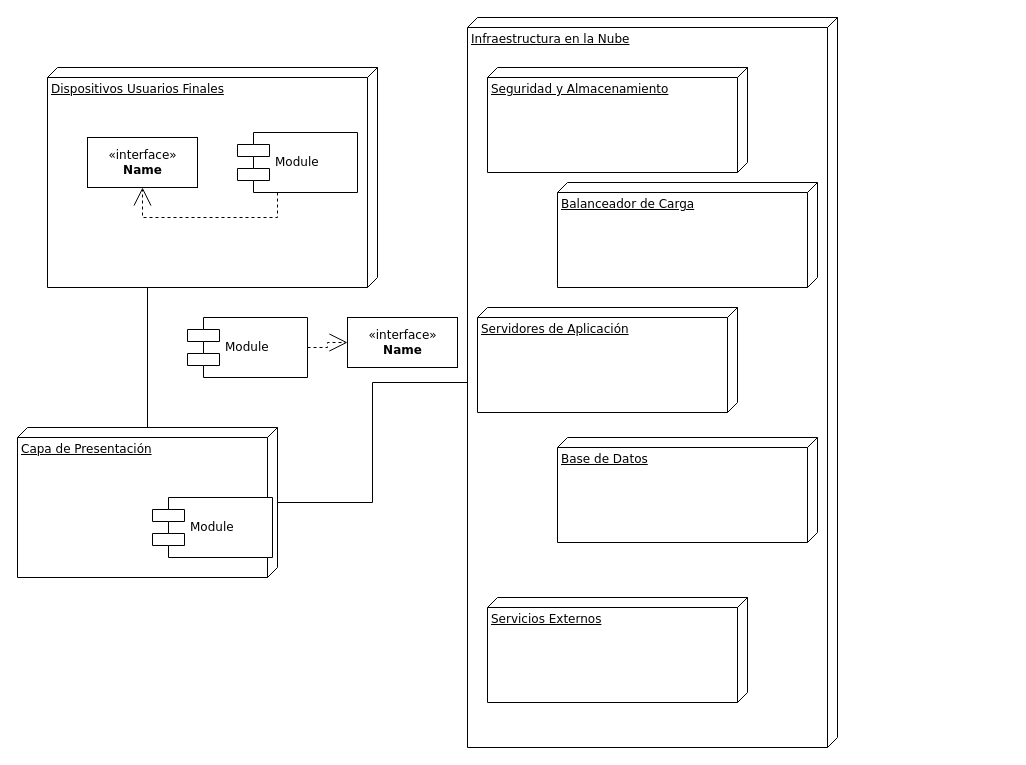
This is page "Page-1" (1 of 2) of DiagramaDeDespliegue.drawio from Nicolle2802/Analisis, a draw.io file, before an edit. Source tidied: cells renumbered, new cells numbered last; positions are measured from the earlier drawing's top-left corner, leaving out a move shared by most shapes. Both pictures are drawn from the tidied source at 100%, with x=0, y=0 at pixel (17, 17).
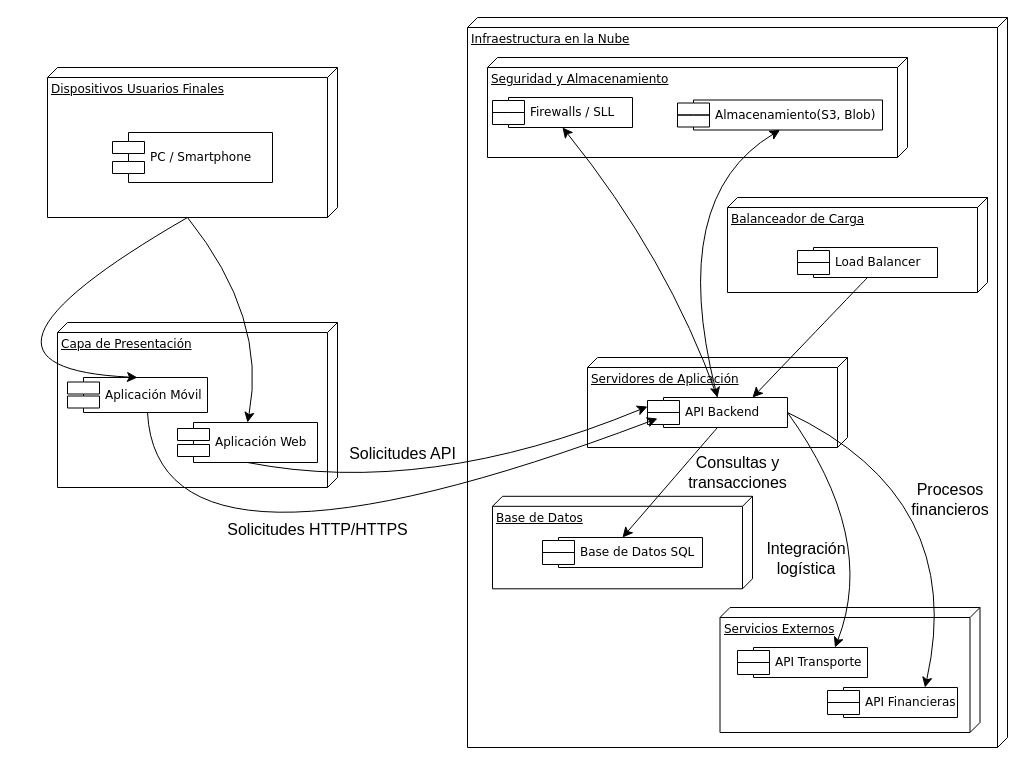
After the change.

Diff of the diagram source:
```diff
@@
     <mxCell id="2" value="Dispositivos Usuarios Finales" style="verticalAlign=top;align=left;spacingTop=8;spacingLeft=2;spacingRight=12;shape=cube;size=10;direction=south;fontStyle=4;html=1;rounded=0;shadow=0;comic=0;labelBackgroundColor=none;strokeWidth=1;fontFamily=Verdana;fontSize=12;" parent="1" vertex="1">
-      <mxGeometry x="30" y="50" width="330" height="220" as="geometry" />
+      <mxGeometry x="30" y="50" width="290" height="150" as="geometry" />
     </mxCell>
     <mxCell id="3" value="Infraestructura en la Nube" style="verticalAlign=top;align=left;spacingTop=8;spacingLeft=2;spacingRight=12;shape=cube;size=10;direction=south;fontStyle=4;html=1;rounded=0;shadow=0;comic=0;labelBackgroundColor=none;strokeWidth=1;fontFamily=Verdana;fontSize=12;" parent="1" vertex="1">
-      <mxGeometry x="450" width="370" height="730" as="geometry" />
+      <mxGeometry x="450" width="540" height="730" as="geometry" />
     </mxCell>
     <mxCell id="4" value="Capa de Presentación" style="verticalAlign=top;align=left;spacingTop=8;spacingLeft=2;spacingRight=12;shape=cube;size=10;direction=south;fontStyle=4;html=1;rounded=0;shadow=0;comic=0;labelBackgroundColor=none;strokeWidth=1;fontFamily=Verdana;fontSize=12;" parent="1" vertex="1">
-      <mxGeometry y="410" width="260" height="150" as="geometry" />
+      <mxGeometry x="40" y="305" width="280" height="165" as="geometry" />
     </mxCell>
-    <mxCell id="5" value="&amp;laquo;interface&amp;raquo;&lt;br&gt;&lt;b&gt;Name&lt;/b&gt;" style="html=1;rounded=0;shadow=0;comic=0;labelBackgroundColor=none;strokeWidth=1;fontFamily=Verdana;fontSize=12;align=center;" parent="1" vertex="1">
-      <mxGeometry x="70" y="120" width="110" height="50" as="geometry" />
-    </mxCell>
-    <mxCell id="6" value="Module" style="shape=component;align=left;spacingLeft=36;rounded=0;shadow=0;comic=0;labelBackgroundColor=none;strokeWidth=1;fontFamily=Verdana;fontSize=12;html=1;" parent="1" vertex="1">
-      <mxGeometry x="220" y="115" width="120" height="60" as="geometry" />
+    <mxCell id="6" value="PC / Smartphone" style="shape=component;align=left;spacingLeft=36;rounded=0;shadow=0;comic=0;labelBackgroundColor=none;strokeWidth=1;fontFamily=Verdana;fontSize=12;html=1;" parent="1" vertex="1">
+      <mxGeometry x="95" y="115" width="160" height="50" as="geometry" />
     </mxCell>
-    <mxCell id="7" value="Module" style="shape=component;align=left;spacingLeft=36;rounded=0;shadow=0;comic=0;labelBackgroundColor=none;strokeWidth=1;fontFamily=Verdana;fontSize=12;html=1;" parent="1" vertex="1">
-      <mxGeometry x="170" y="300" width="120" height="60" as="geometry" />
+    <mxCell id="7" value="Aplicación Web" style="shape=component;align=left;spacingLeft=36;rounded=0;shadow=0;comic=0;labelBackgroundColor=none;strokeWidth=1;fontFamily=Verdana;fontSize=12;html=1;" parent="1" vertex="1">
+      <mxGeometry x="160" y="405" width="140" height="40" as="geometry" />
     </mxCell>
-    <mxCell id="8" value="&amp;laquo;interface&amp;raquo;&lt;br&gt;&lt;b&gt;Name&lt;/b&gt;" style="html=1;rounded=0;shadow=0;comic=0;labelBackgroundColor=none;strokeWidth=1;fontFamily=Verdana;fontSize=12;align=center;" parent="1" vertex="1">
-      <mxGeometry x="330" y="300" width="110" height="50" as="geometry" />
-    </mxCell>
-    <mxCell id="9" value="Module" style="shape=component;align=left;spacingLeft=36;rounded=0;shadow=0;comic=0;labelBackgroundColor=none;strokeWidth=1;fontFamily=Verdana;fontSize=12;html=1;" parent="1" vertex="1">
-      <mxGeometry x="135" y="480" width="120" height="60" as="geometry" />
+    <mxCell id="9" value="Aplicación Móvil" style="shape=component;align=left;spacingLeft=36;rounded=0;shadow=0;comic=0;labelBackgroundColor=none;strokeWidth=1;fontFamily=Verdana;fontSize=12;html=1;" parent="1" vertex="1">
+      <mxGeometry x="50" y="360" width="140" height="35" as="geometry" />
     </mxCell>
-    <mxCell id="10" style="edgeStyle=orthogonalEdgeStyle;rounded=0;html=1;labelBackgroundColor=none;startArrow=none;startFill=0;startSize=8;endArrow=open;endFill=0;endSize=16;fontFamily=Verdana;fontSize=12;dashed=1;" parent="1" edge="1" source="6" target="5">
-      <mxGeometry relative="1" as="geometry">
-        <Array as="points">
-          <mxPoint x="260" y="200" />
-          <mxPoint x="125" y="200" />
-        </Array>
-      </mxGeometry>
-    </mxCell>
-    <mxCell id="11" style="edgeStyle=orthogonalEdgeStyle;rounded=0;html=1;dashed=1;labelBackgroundColor=none;startArrow=none;startFill=0;startSize=8;endArrow=open;endFill=0;endSize=16;fontFamily=Verdana;fontSize=12;" parent="1" edge="1" source="7" target="8">
-      <mxGeometry relative="1" as="geometry" />
-    </mxCell>
-    <mxCell id="12" style="edgeStyle=orthogonalEdgeStyle;rounded=0;html=1;labelBackgroundColor=none;startArrow=none;startFill=0;startSize=8;endArrow=none;endFill=0;endSize=16;fontFamily=Verdana;fontSize=12;" parent="1" edge="1" source="4" target="3">
-      <mxGeometry relative="1" as="geometry" />
-    </mxCell>
-    <mxCell id="13" style="edgeStyle=orthogonalEdgeStyle;rounded=0;html=1;labelBackgroundColor=none;startArrow=none;startFill=0;startSize=8;endArrow=none;endFill=0;endSize=16;fontFamily=Verdana;fontSize=12;" parent="1" edge="1" source="4" target="2">
-      <mxGeometry relative="1" as="geometry">
-        <Array as="points">
-          <mxPoint x="195" y="465" />
-        </Array>
-      </mxGeometry>
-    </mxCell>
     <mxCell id="14" value="Seguridad y Almacenamiento" style="verticalAlign=top;align=left;spacingTop=8;spacingLeft=2;spacingRight=12;shape=cube;size=10;direction=south;fontStyle=4;html=1;rounded=0;shadow=0;comic=0;labelBackgroundColor=none;strokeWidth=1;fontFamily=Verdana;fontSize=12;" parent="1" vertex="1">
-      <mxGeometry x="470" y="50" width="260" height="105" as="geometry" />
+      <mxGeometry x="470" y="40" width="420" height="100" as="geometry" />
     </mxCell>
     <mxCell id="15" value="Balanceador de Carga" style="verticalAlign=top;align=left;spacingTop=8;spacingLeft=2;spacingRight=12;shape=cube;size=10;direction=south;fontStyle=4;html=1;rounded=0;shadow=0;comic=0;labelBackgroundColor=none;strokeWidth=1;fontFamily=Verdana;fontSize=12;" parent="1" vertex="1">
-      <mxGeometry x="540" y="165" width="260" height="105" as="geometry" />
+      <mxGeometry x="710" y="180" width="260" height="95" as="geometry" />
     </mxCell>
     <mxCell id="16" value="Servidores de Aplicación" style="verticalAlign=top;align=left;spacingTop=8;spacingLeft=2;spacingRight=12;shape=cube;size=10;direction=south;fontStyle=4;html=1;rounded=0;shadow=0;comic=0;labelBackgroundColor=none;strokeWidth=1;fontFamily=Verdana;fontSize=12;" parent="1" vertex="1">
-      <mxGeometry x="460" y="290" width="260" height="105" as="geometry" />
+      <mxGeometry x="570" y="340" width="260" height="90" as="geometry" />
     </mxCell>
     <mxCell id="17" value="Base de Datos" style="verticalAlign=top;align=left;spacingTop=8;spacingLeft=2;spacingRight=12;shape=cube;size=10;direction=south;fontStyle=4;html=1;rounded=0;shadow=0;comic=0;labelBackgroundColor=none;strokeWidth=1;fontFamily=Verdana;fontSize=12;" parent="1" vertex="1">
-      <mxGeometry x="540" y="420" width="260" height="105" as="geometry" />
+      <mxGeometry x="475" y="478.8" width="260" height="92.5" as="geometry" />
     </mxCell>
     <mxCell id="18" value="Servicios Externos" style="verticalAlign=top;align=left;spacingTop=8;spacingLeft=2;spacingRight=12;shape=cube;size=10;direction=south;fontStyle=4;html=1;rounded=0;shadow=0;comic=0;labelBackgroundColor=none;strokeWidth=1;fontFamily=Verdana;fontSize=12;" parent="1" vertex="1">
-      <mxGeometry x="470" y="580" width="260" height="105" as="geometry" />
+      <mxGeometry x="702.5" y="590" width="260" height="125" as="geometry" />
     </mxCell>
+    <mxCell id="19" value="Firewalls / SLL" style="shape=component;align=left;spacingLeft=36;rounded=0;shadow=0;comic=0;labelBackgroundColor=none;strokeWidth=1;fontFamily=Verdana;fontSize=12;html=1;" parent="1" vertex="1">
+      <mxGeometry x="475" y="80" width="140" height="30" as="geometry" />
+    </mxCell>
+    <mxCell id="20" value="Almacenamiento(S3, Blob)" style="shape=component;align=left;spacingLeft=36;rounded=0;shadow=0;comic=0;labelBackgroundColor=none;strokeWidth=1;fontFamily=Verdana;fontSize=12;html=1;" parent="1" vertex="1">
+      <mxGeometry x="660" y="82.5" width="205" height="30" as="geometry" />
+    </mxCell>
+    <mxCell id="21" style="edgeStyle=none;curved=1;rounded=0;jettySize=auto;html=1;exitX=0.5;exitY=1;exitDx=0;exitDy=0;entryX=0.75;entryY=0;entryDx=0;entryDy=0;fontSize=12;startSize=8;endSize=8;" parent="1" edge="1" source="22" target="27">
+      <mxGeometry relative="1" as="geometry" />
+    </mxCell>
+    <mxCell id="22" value="Load Balancer" style="shape=component;align=left;spacingLeft=36;rounded=0;shadow=0;comic=0;labelBackgroundColor=none;strokeWidth=1;fontFamily=Verdana;fontSize=12;html=1;" parent="1" vertex="1">
+      <mxGeometry x="780" y="230" width="140" height="30" as="geometry" />
+    </mxCell>
+    <mxCell id="23" style="edgeStyle=none;curved=1;rounded=0;jettySize=auto;html=1;exitX=0.5;exitY=1;exitDx=0;exitDy=0;entryX=0.5;entryY=0;entryDx=0;entryDy=0;fontSize=12;startSize=8;endSize=8;" parent="1" edge="1" source="27" target="28">
+      <mxGeometry relative="1" as="geometry" />
+    </mxCell>
+    <mxCell id="24" style="edgeStyle=none;curved=1;rounded=0;jettySize=auto;html=1;exitX=1;exitY=0.5;exitDx=0;exitDy=0;entryX=0.75;entryY=0;entryDx=0;entryDy=0;fontSize=12;startSize=8;endSize=8;" parent="1" edge="1" source="27" target="29">
+      <mxGeometry relative="1" as="geometry">
+        <Array as="points">
+          <mxPoint x="860" y="520" />
+        </Array>
+      </mxGeometry>
+    </mxCell>
+    <mxCell id="25" style="edgeStyle=none;curved=1;rounded=0;jettySize=auto;html=1;exitX=1;exitY=0.5;exitDx=0;exitDy=0;entryX=0.75;entryY=0;entryDx=0;entryDy=0;fontSize=12;startSize=8;endSize=8;" parent="1" edge="1" source="27" target="30">
+      <mxGeometry relative="1" as="geometry">
+        <Array as="points">
+          <mxPoint x="950" y="480" />
+        </Array>
+      </mxGeometry>
+    </mxCell>
+    <mxCell id="26" style="edgeStyle=none;curved=1;rounded=0;jettySize=auto;html=1;exitX=0.5;exitY=0;exitDx=0;exitDy=0;entryX=0.5;entryY=1;entryDx=0;entryDy=0;fontSize=12;startSize=8;endSize=8;" parent="1" edge="1" source="27" target="19">
+      <mxGeometry relative="1" as="geometry">
+        <Array as="points">
+          <mxPoint x="650" y="240" />
+        </Array>
+      </mxGeometry>
+    </mxCell>
+    <mxCell id="27" value="API Backend" style="shape=component;align=left;spacingLeft=36;rounded=0;shadow=0;comic=0;labelBackgroundColor=none;strokeWidth=1;fontFamily=Verdana;fontSize=12;html=1;" parent="1" vertex="1">
+      <mxGeometry x="630" y="380" width="140" height="30" as="geometry" />
+    </mxCell>
+    <mxCell id="28" value="Base de Datos SQL" style="shape=component;align=left;spacingLeft=36;rounded=0;shadow=0;comic=0;labelBackgroundColor=none;strokeWidth=1;fontFamily=Verdana;fontSize=12;html=1;" parent="1" vertex="1">
+      <mxGeometry x="525" y="520" width="160" height="30" as="geometry" />
+    </mxCell>
+    <mxCell id="29" value="API Transporte" style="shape=component;align=left;spacingLeft=36;rounded=0;shadow=0;comic=0;labelBackgroundColor=none;strokeWidth=1;fontFamily=Verdana;fontSize=12;html=1;" parent="1" vertex="1">
+      <mxGeometry x="720" y="630" width="130" height="30" as="geometry" />
+    </mxCell>
+    <mxCell id="30" value="API Financieras" style="shape=component;align=left;spacingLeft=36;rounded=0;shadow=0;comic=0;labelBackgroundColor=none;strokeWidth=1;fontFamily=Verdana;fontSize=12;html=1;" parent="1" vertex="1">
+      <mxGeometry x="810" y="670" width="130" height="30" as="geometry" />
+    </mxCell>
+    <mxCell id="31" style="edgeStyle=none;curved=1;rounded=0;jettySize=auto;html=1;exitX=0;exitY=0;exitDx=150;exitDy=150;exitPerimeter=0;entryX=0.5;entryY=0;entryDx=0;entryDy=0;fontSize=12;startSize=8;endSize=8;" parent="1" edge="1" source="2" target="9">
+      <mxGeometry relative="1" as="geometry">
+        <Array as="points">
+          <mxPoint x="-90" y="350" />
+        </Array>
+      </mxGeometry>
+    </mxCell>
+    <mxCell id="32" style="edgeStyle=none;curved=1;rounded=0;jettySize=auto;html=1;exitX=0;exitY=0;exitDx=150;exitDy=150;exitPerimeter=0;entryX=0.5;entryY=0;entryDx=0;entryDy=0;fontSize=12;startSize=8;endSize=8;" parent="1" edge="1" source="2" target="7">
+      <mxGeometry relative="1" as="geometry">
+        <Array as="points">
+          <mxPoint x="250" y="300" />
+        </Array>
+      </mxGeometry>
+    </mxCell>
+    <mxCell id="33" style="edgeStyle=none;curved=1;rounded=0;orthogonalLoop=1;jettySize=auto;html=1;exitX=0.5;exitY=1;exitDx=0;exitDy=0;entryX=0;entryY=0.7;entryDx=0;entryDy=0;fontSize=12;startSize=8;endSize=8;" parent="1" edge="1">
+      <mxGeometry relative="1" as="geometry">
+        <mxPoint x="130" y="395" as="sourcePoint" />
+        <mxPoint x="640" y="401" as="targetPoint" />
+        <Array as="points">
+          <mxPoint x="140" y="590" />
+        </Array>
+      </mxGeometry>
+    </mxCell>
+    <mxCell id="34" style="edgeStyle=none;curved=1;rounded=0;jettySize=auto;html=1;exitX=0.5;exitY=1;exitDx=0;exitDy=0;entryX=0;entryY=0.3;entryDx=0;entryDy=0;fontSize=12;startSize=8;endSize=8;" parent="1" edge="1" source="7" target="27">
+      <mxGeometry relative="1" as="geometry">
+        <Array as="points">
+          <mxPoint x="410" y="480" />
+        </Array>
+      </mxGeometry>
+    </mxCell>
+    <mxCell id="35" style="endArrow=classic;startArrow=classic;html=1;rounded=0;fontSize=12;startSize=8;endSize=8;curved=1;exitX=0.5;exitY=0;exitDx=0;exitDy=0;entryX=0.5;entryY=1;entryDx=0;entryDy=0;" parent="1" edge="1" source="27" target="20">
+      <mxGeometry relative="1" as="geometry">
+        <Array as="points">
+          <mxPoint x="650" y="180" />
+        </Array>
+      </mxGeometry>
+    </mxCell>
+    <mxCell id="36" value="Solicitudes HTTP/HTTPS" style="text;html=1;align=center;verticalAlign=middle;strokeColor=none;fillColor=none;fontSize=16;" parent="1" vertex="1">
+      <mxGeometry x="200" y="497" width="200" height="30" as="geometry" />
+    </mxCell>
+    <mxCell id="37" value="Solicitudes API" style="text;html=1;align=center;verticalAlign=middle;strokeColor=none;fillColor=none;fontSize=16;" parent="1" vertex="1">
+      <mxGeometry x="320" y="421" width="130" height="30" as="geometry" />
+    </mxCell>
+    <mxCell id="38" value="Consultas y&lt;div&gt;transacciones&lt;/div&gt;" style="text;html=1;align=center;verticalAlign=middle;strokeColor=none;fillColor=none;fontSize=16;" parent="1" vertex="1">
+      <mxGeometry x="660" y="430" width="120" height="50" as="geometry" />
+    </mxCell>
+    <mxCell id="39" value="Integración logística" style="text;strokeColor=none;fillColor=none;html=1;align=center;verticalAlign=middle;whiteSpace=wrap;rounded=0;fontSize=16;" parent="1" vertex="1">
+      <mxGeometry x="759" y="526" width="60" height="30" as="geometry" />
+    </mxCell>
+    <mxCell id="40" value="Procesos financieros" style="text;strokeColor=none;fillColor=none;html=1;align=center;verticalAlign=middle;whiteSpace=wrap;rounded=0;fontSize=16;" parent="1" vertex="1">
+      <mxGeometry x="903" y="467" width="60" height="30" as="geometry" />
+    </mxCell>
```
